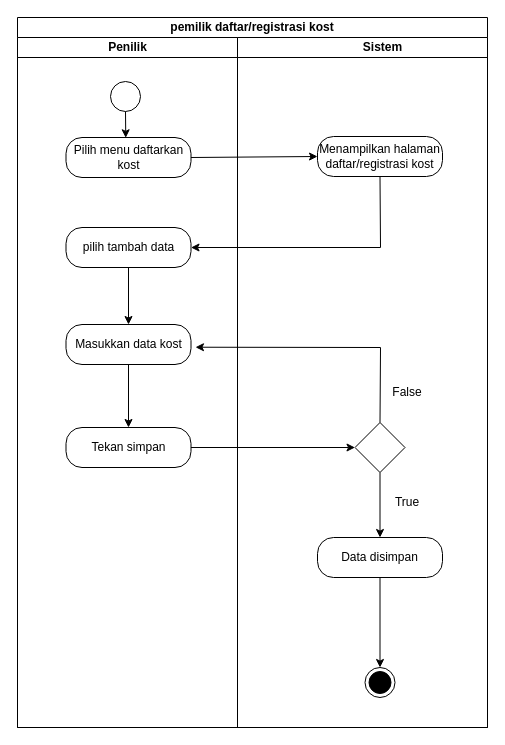
Above: page "Page-7" (7 of 10) of USE CASE KOST SAW.drawio in HANNN-YOLO/skripsi (draw.io), before the change. Source tidied: cells renumbered, new cells numbered last; positions are measured from the earlier drawing's top-left corner, leaving out a move shared by most shapes. Both pictures are drawn from the tidied source at 100%, with x=0, y=0 at pixel (17, 17).
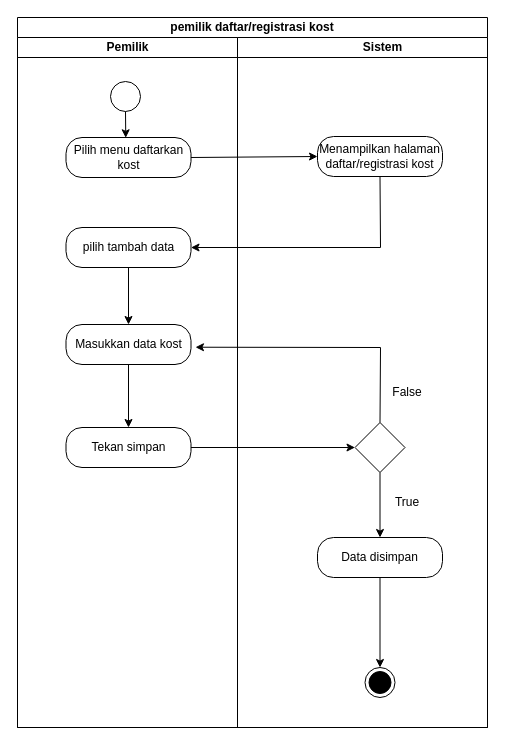
Above is the later version.

The change refers to these unchanged cells:
```xml
<mxCell id="2" value="pemilik daftar/registrasi kost" style="swimlane;html=1;startSize=20;whiteSpace=wrap;" parent="1" vertex="1">
  <mxGeometry width="470" height="710" as="geometry" />
</mxCell>
```

The edit, as a diff of the source:
```diff
@@
-    <mxCell id="3" value="Penilik" style="swimlane;html=1;startSize=20;" parent="2" vertex="1">
+    <mxCell id="3" value="Pemilik" style="swimlane;html=1;startSize=20;" parent="2" vertex="1">
       <mxGeometry y="20" width="220" height="690" as="geometry" />
     </mxCell>
```
